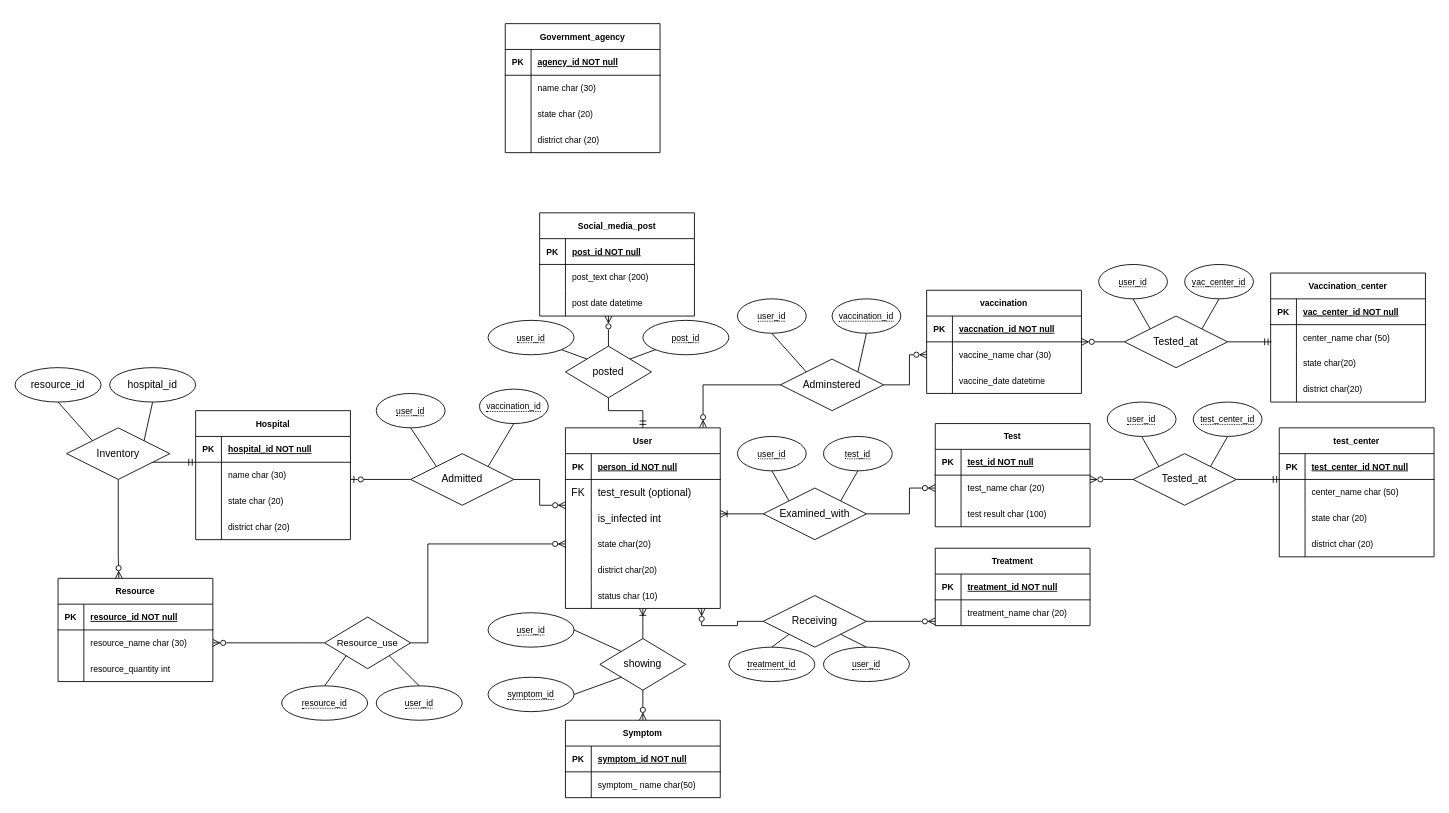
nespar7/Spring_23 keeps this draw.io diagram as DBMS_Lab/ER.drawio. Above is the earlier version. Source tidied: cells renumbered, new cells numbered last; positions are measured from the earlier drawing's top-left corner, leaving out a move shared by most shapes. Both pictures are drawn from the tidied source at 86%, with x=0, y=0 at pixel (15, 23).
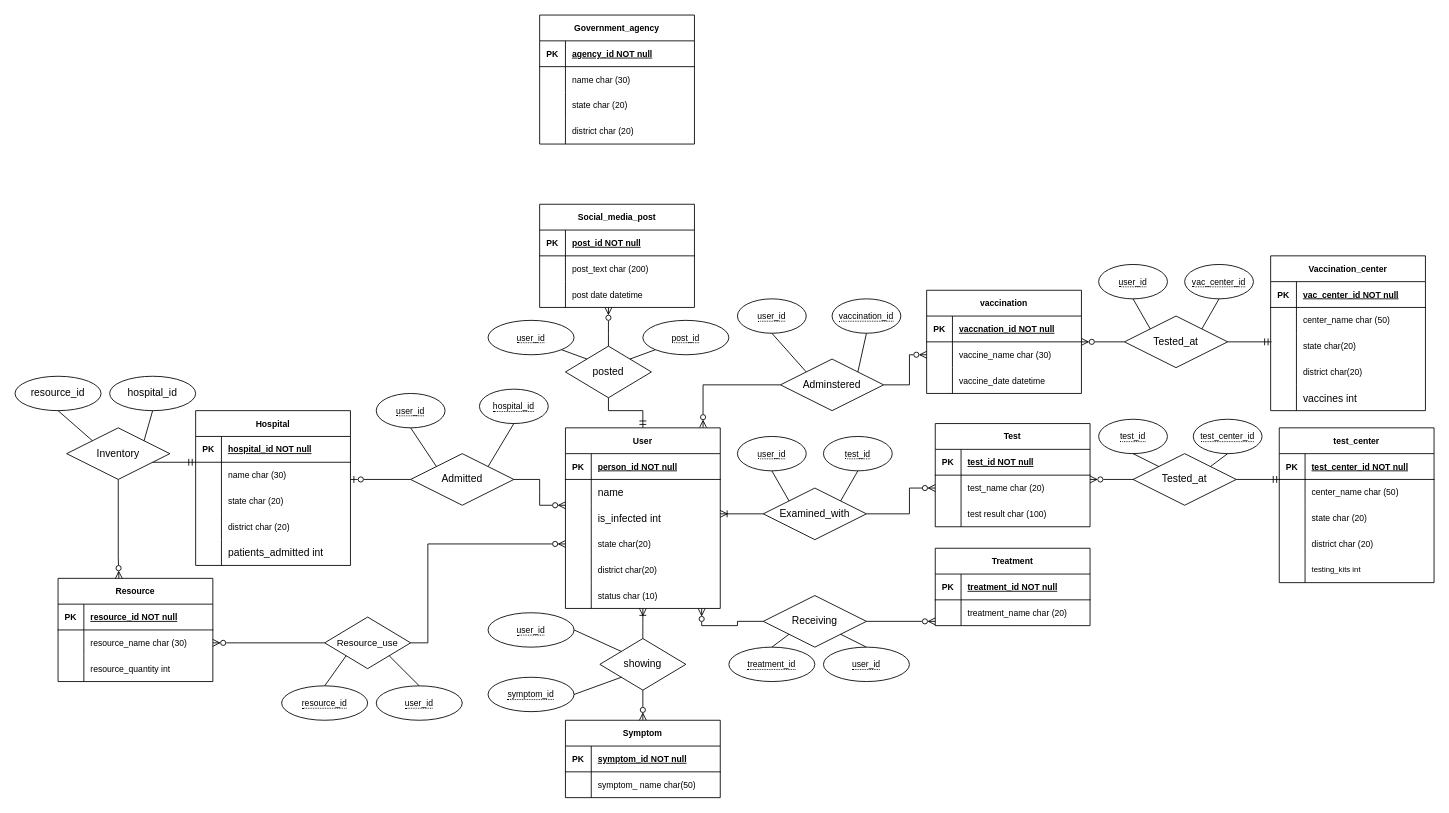
The same diagram, later.

Unchanged cells that the change refers to:
```xml
<mxCell id="22" style="shape=tableRow;horizontal=0;startSize=0;swimlaneHead=0;swimlaneBody=0;fillColor=none;top=0;left=0;right=0;bottom=0;" parent="18" vertex="1">
  <mxGeometry y="60" width="180" height="30" as="geometry" />
</mxCell>
<mxCell id="190" value="posted" style="shape=rhombus;perimeter=rhombusPerimeter;whiteSpace=wrap;html=1;align=center;shadow=0;sketch=0;rotation=0;" parent="1" vertex="1">
  <mxGeometry x="640" y="375" width="100" height="60" as="geometry" />
</mxCell>
```

Change to the diagram source:
```diff
@@
-    <mxCell id="23" value="FK" style="shape=partialRectangle;fillColor=none;top=0;left=0;bottom=0;right=0;fontStyle=0;overflow=hidden;" parent="22" vertex="1">
-      <mxGeometry width="30" height="30" as="geometry" />
-    </mxCell>
-    <mxCell id="24" value="test_result (optional)" style="shape=partialRectangle;fillColor=none;top=0;left=0;bottom=0;right=0;align=left;spacingLeft=6;fontStyle=0;overflow=hidden;" parent="22" vertex="1">
-      <mxGeometry x="30" width="150" height="30" as="geometry" />
-    </mxCell>
+    <mxCell id="197" style="shape=partialRectangle;fillColor=none;top=0;left=0;bottom=0;right=0;overflow=hidden;" parent="22" vertex="1">
+      <mxGeometry width="30" height="30" as="geometry" />
+    </mxCell>
+    <mxCell id="198" value="name" style="shape=partialRectangle;fillColor=none;top=0;left=0;bottom=0;right=0;align=left;spacingLeft=6;overflow=hidden;" parent="22" vertex="1">
+      <mxGeometry x="30" width="150" height="30" as="geometry" />
+    </mxCell>
@@
     <mxCell id="37" value="Vaccination_center" style="shape=table;startSize=30;childLayout=tableLayout;rowLines=0;fontStyle=1;align=center;fontSize=10;" parent="1" vertex="1">
-      <mxGeometry x="1460" y="290" width="180" height="150" as="geometry" />
+      <mxGeometry x="1460" y="270" width="180" height="180" as="geometry" />
     </mxCell>
@@
+    <mxCell id="199" style="shape=tableRow;horizontal=0;startSize=0;swimlaneHead=0;swimlaneBody=0;fillColor=none;top=0;left=0;right=0;bottom=0;" parent="37" vertex="1">
+      <mxGeometry y="150" width="180" height="30" as="geometry" />
+    </mxCell>
+    <mxCell id="200" style="shape=partialRectangle;fillColor=none;top=0;left=0;bottom=0;right=0;overflow=hidden;" parent="199" vertex="1">
+      <mxGeometry width="30" height="30" as="geometry" />
+    </mxCell>
+    <mxCell id="201" value="vaccines int" style="shape=partialRectangle;fillColor=none;top=0;left=0;bottom=0;right=0;align=left;spacingLeft=6;overflow=hidden;" parent="199" vertex="1">
+      <mxGeometry x="30" width="150" height="30" as="geometry" />
+    </mxCell>
     <mxCell id="50" value="test_center" style="shape=table;startSize=30;childLayout=tableLayout;rowLines=0;fontStyle=1;align=center;fontSize=10;" parent="1" vertex="1">
-      <mxGeometry x="1470" y="470" width="180" height="150" as="geometry" />
+      <mxGeometry x="1470" y="470" width="180" height="180" as="geometry" />
     </mxCell>
@@
+    <mxCell id="202" style="shape=tableRow;horizontal=0;startSize=0;swimlaneHead=0;swimlaneBody=0;fillColor=none;top=0;left=0;right=0;bottom=0;fontSize=9;" parent="50" vertex="1">
+      <mxGeometry y="150" width="180" height="30" as="geometry" />
+    </mxCell>
+    <mxCell id="203" style="shape=partialRectangle;fillColor=none;top=0;left=0;bottom=0;right=0;overflow=hidden;fontSize=9;" parent="202" vertex="1">
+      <mxGeometry width="30" height="30" as="geometry" />
+    </mxCell>
+    <mxCell id="204" value="testing_kits int" style="shape=partialRectangle;fillColor=none;top=0;left=0;bottom=0;right=0;align=left;spacingLeft=6;overflow=hidden;fontSize=9;" parent="202" vertex="1">
+      <mxGeometry x="30" width="150" height="30" as="geometry" />
+    </mxCell>
@@
     <mxCell id="100" value="Social_media_post" style="shape=table;startSize=30;childLayout=tableLayout;rowLines=0;fontStyle=1;align=center;fontSize=10;" parent="1" vertex="1">
-      <mxGeometry x="610" y="220" width="180" height="120" as="geometry" />
+      <mxGeometry x="610" y="210" width="180" height="120" as="geometry" />
     </mxCell>
@@
     <mxCell id="110" value="Hospital" style="shape=table;startSize=30;childLayout=tableLayout;rowLines=0;fontStyle=1;align=center;fontSize=10;" parent="1" vertex="1">
-      <mxGeometry x="210" y="450" width="180" height="150" as="geometry" />
+      <mxGeometry x="210" y="450" width="180" height="180" as="geometry" />
     </mxCell>
@@
+    <mxCell id="205" style="shape=tableRow;horizontal=0;startSize=0;swimlaneHead=0;swimlaneBody=0;fillColor=none;top=0;left=0;right=0;bottom=0;" parent="110" vertex="1">
+      <mxGeometry y="150" width="180" height="30" as="geometry" />
+    </mxCell>
+    <mxCell id="206" style="shape=partialRectangle;fillColor=none;top=0;left=0;bottom=0;right=0;overflow=hidden;" parent="205" vertex="1">
+      <mxGeometry width="30" height="30" as="geometry" />
+    </mxCell>
+    <mxCell id="207" value="patients_admitted int" style="shape=partialRectangle;fillColor=none;top=0;left=0;bottom=0;right=0;align=left;spacingLeft=6;overflow=hidden;" parent="205" vertex="1">
+      <mxGeometry x="30" width="150" height="30" as="geometry" />
+    </mxCell>
     <mxCell id="123" value="Government_agency" style="shape=table;startSize=30;childLayout=tableLayout;rowLines=0;fontStyle=1;align=center;fontSize=10;" parent="1" vertex="1">
-      <mxGeometry x="570" width="180" height="150" as="geometry" />
+      <mxGeometry x="610" y="-10" width="180" height="150" as="geometry" />
     </mxCell>
@@
-    <mxCell id="160" value="&lt;span style=&quot;border-bottom: 1px dotted&quot;&gt;vaccination_id&lt;/span&gt;" style="ellipse;whiteSpace=wrap;html=1;align=center;fontSize=10;rotation=0;" parent="1" vertex="1">
+    <mxCell id="160" value="&lt;span style=&quot;border-bottom: 1px dotted&quot;&gt;hospital_id&lt;/span&gt;" style="ellipse;whiteSpace=wrap;html=1;align=center;fontSize=10;rotation=0;" parent="1" vertex="1">
       <mxGeometry x="540" y="425" width="80" height="40" as="geometry" />
     </mxCell>
@@
-    <mxCell id="170" value="&lt;span style=&quot;border-bottom: 1px dotted&quot;&gt;user_id&lt;/span&gt;" style="ellipse;whiteSpace=wrap;html=1;align=center;fontSize=10;rotation=0;" parent="1" vertex="1">
-      <mxGeometry x="1270" y="440" width="80" height="40" as="geometry" />
+    <mxCell id="170" value="&lt;span style=&quot;border-bottom: 1px dotted&quot;&gt;test_id&lt;/span&gt;" style="ellipse;whiteSpace=wrap;html=1;align=center;fontSize=10;rotation=0;" parent="1" vertex="1">
+      <mxGeometry x="1260" y="460" width="80" height="40" as="geometry" />
     </mxCell>
     <mxCell id="171" value="&lt;span style=&quot;border-bottom: 1px dotted&quot;&gt;test_center_id&lt;/span&gt;" style="ellipse;whiteSpace=wrap;html=1;align=center;fontSize=10;rotation=0;" parent="1" vertex="1">
-      <mxGeometry x="1370" y="440" width="80" height="40" as="geometry" />
+      <mxGeometry x="1370" y="460" width="80" height="40" as="geometry" />
     </mxCell>
@@
     <mxCell id="186" value="resource_id" style="ellipse;whiteSpace=wrap;html=1;align=center;" parent="1" vertex="1">
-      <mxGeometry y="400" width="100" height="40" as="geometry" />
+      <mxGeometry y="410" width="100" height="40" as="geometry" />
     </mxCell>
     <mxCell id="187" value="hospital_id" style="ellipse;whiteSpace=wrap;html=1;align=center;" parent="1" vertex="1">
-      <mxGeometry x="110" y="400" width="100" height="40" as="geometry" />
+      <mxGeometry x="110" y="410" width="100" height="40" as="geometry" />
     </mxCell>
@@
     <mxCell id="193" style="edgeStyle=elbowEdgeStyle;fontSize=12;html=1;endArrow=ERzeroToMany;rounded=0;endFill=0;" parent="1" edge="1" source="190">
       <mxGeometry relative="1" as="geometry">
-        <mxPoint x="689.7" y="340" as="targetPoint" />
+        <mxPoint x="690" y="330" as="targetPoint" />
+        <Array as="points">
+          <mxPoint x="690" y="360" />
+        </Array>
       </mxGeometry>
     </mxCell>
```
